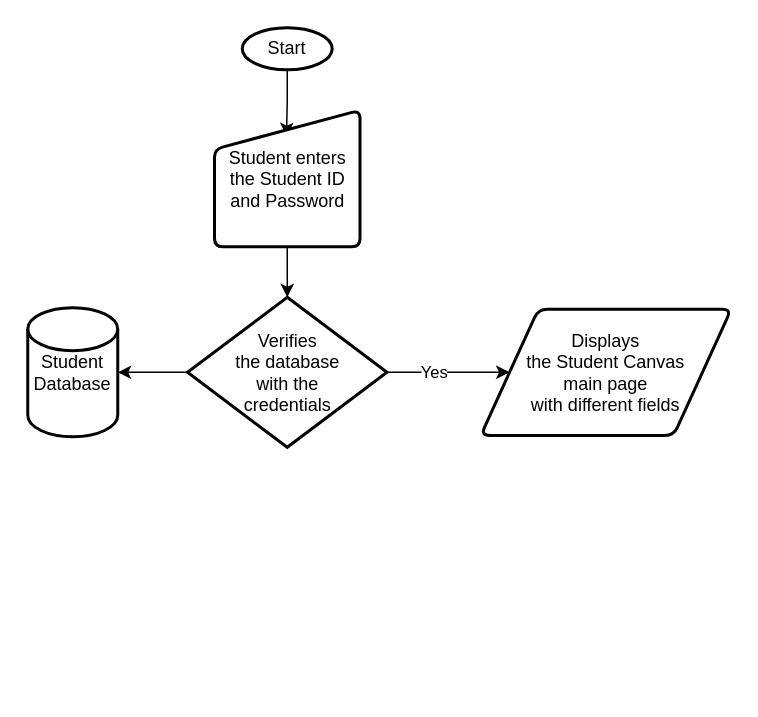
Before: Untitled Diagram.drawio in OmkarAvinash-Durgasi/personal-website, a draw.io diagram. Source tidied: cells renumbered, new cells numbered last; positions are measured from the earlier drawing's top-left corner, leaving out a move shared by most shapes. Both pictures are drawn from the tidied source at 150%, with x=0, y=0 at pixel (27, 27).
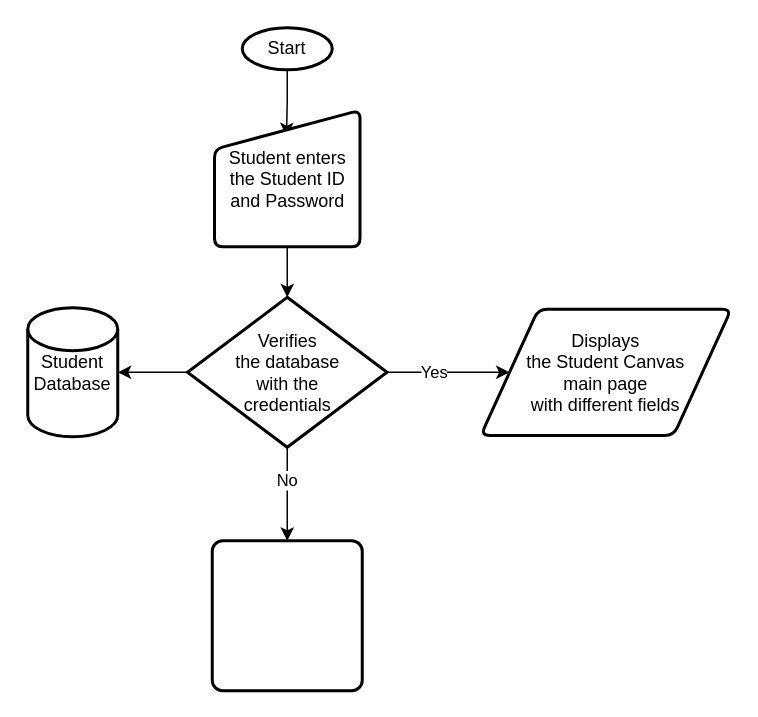
Above is the later version.

Diff of the diagram source:
```diff
@@
 <mxGraphModel>
   <root>
     <mxCell id="0" />
     <mxCell id="1" parent="0" />
     <mxCell id="2" style="edgeStyle=orthogonalEdgeStyle;rounded=0;jettySize=auto;html=1;entryX=0.495;entryY=0.191;entryDx=0;entryDy=0;entryPerimeter=0;" parent="1" edge="1" source="3" target="5">
       <mxGeometry relative="1" as="geometry" />
     </mxCell>
     <mxCell id="3" value="Start" style="strokeWidth=2;html=1;shape=mxgraph.flowchart.start_1;whiteSpace=wrap;" parent="1" vertex="1">
       <mxGeometry x="143" width="60" height="28" as="geometry" />
     </mxCell>
     <mxCell id="4" style="edgeStyle=orthogonalEdgeStyle;rounded=0;jettySize=auto;html=1;" parent="1" edge="1" source="5" target="9">
       <mxGeometry relative="1" as="geometry" />
     </mxCell>
     <mxCell id="5" value="Student enters the Student ID and Password" style="html=1;strokeWidth=2;shape=manualInput;whiteSpace=wrap;rounded=1;size=26;arcSize=11;" parent="1" vertex="1">
       <mxGeometry x="124.5" y="55" width="97" height="91" as="geometry" />
     </mxCell>
     <mxCell id="6" style="edgeStyle=orthogonalEdgeStyle;rounded=0;jettySize=auto;html=1;" parent="1" edge="1" source="9" target="10">
       <mxGeometry relative="1" as="geometry" />
     </mxCell>
     <mxCell id="7" style="edgeStyle=orthogonalEdgeStyle;rounded=0;jettySize=auto;html=1;exitX=1;exitY=0.5;exitDx=0;exitDy=0;exitPerimeter=0;" parent="1" edge="1" source="9" target="11">
       <mxGeometry relative="1" as="geometry" />
     </mxCell>
     <mxCell id="8" value="Yes" style="edgeLabel;html=1;align=center;verticalAlign=middle;" parent="7" vertex="1">
       <mxGeometry x="-0.23" relative="1" as="geometry" />
     </mxCell>
+    <mxCell id="12" style="edgeStyle=orthogonalEdgeStyle;rounded=0;jettySize=auto;html=1;" parent="1" edge="1" source="9" target="14">
+      <mxGeometry relative="1" as="geometry" />
+    </mxCell>
+    <mxCell id="13" value="No" style="edgeLabel;html=1;align=center;verticalAlign=middle;" parent="12" vertex="1">
+      <mxGeometry x="-0.29" relative="1" as="geometry">
+        <mxPoint x="-1" as="offset" />
+      </mxGeometry>
+    </mxCell>
     <mxCell id="9" value="Verifies &lt;br&gt;the database &lt;br&gt;with the &lt;br&gt;credentials" style="strokeWidth=2;html=1;shape=mxgraph.flowchart.decision;whiteSpace=wrap;" parent="1" vertex="1">
       <mxGeometry x="106.5" y="179.7" width="133" height="100" as="geometry" />
     </mxCell>
     <mxCell id="10" value="Student Database" style="strokeWidth=2;html=1;shape=mxgraph.flowchart.database;whiteSpace=wrap;" parent="1" vertex="1">
       <mxGeometry y="186.6" width="60" height="86.1" as="geometry" />
     </mxCell>
     <mxCell id="11" value="Displays &lt;br&gt;the Student Canvas &lt;br&gt;main page &lt;br&gt;with different fields" style="shape=parallelogram;html=1;strokeWidth=2;perimeter=parallelogramPerimeter;whiteSpace=wrap;rounded=1;arcSize=12;size=0.23;" parent="1" vertex="1">
       <mxGeometry x="302" y="187.6" width="167" height="84.2" as="geometry" />
     </mxCell>
+    <mxCell id="14" style="rounded=1;whiteSpace=wrap;html=1;absoluteArcSize=1;arcSize=14;strokeWidth=2;" parent="1" vertex="1">
+      <mxGeometry x="123" y="342" width="100" height="100" as="geometry" />
+    </mxCell>
   </root>
 </mxGraphModel>
```
